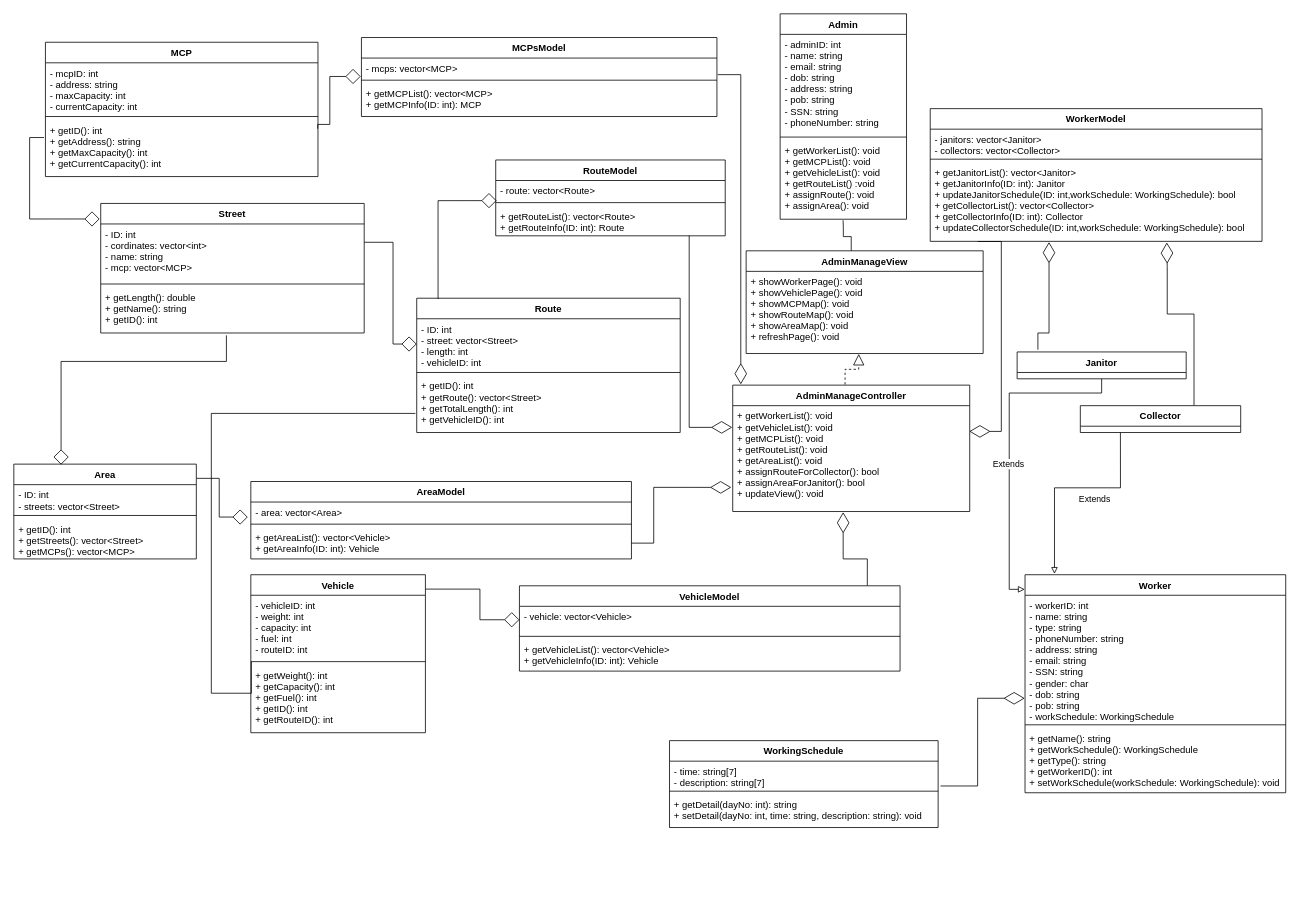
Earlier version of the draw.io diagram Task 2/2.3/Nghia.drawio (astr0tas/SE-with-Da-Bois---UWC-2.0). Source tidied: cells renumbered, new cells numbered last; positions are measured from the earlier drawing's top-left corner, leaving out a move shared by most shapes. Both pictures are drawn from the tidied source at 79%, with x=0, y=0 at pixel (13, 13).
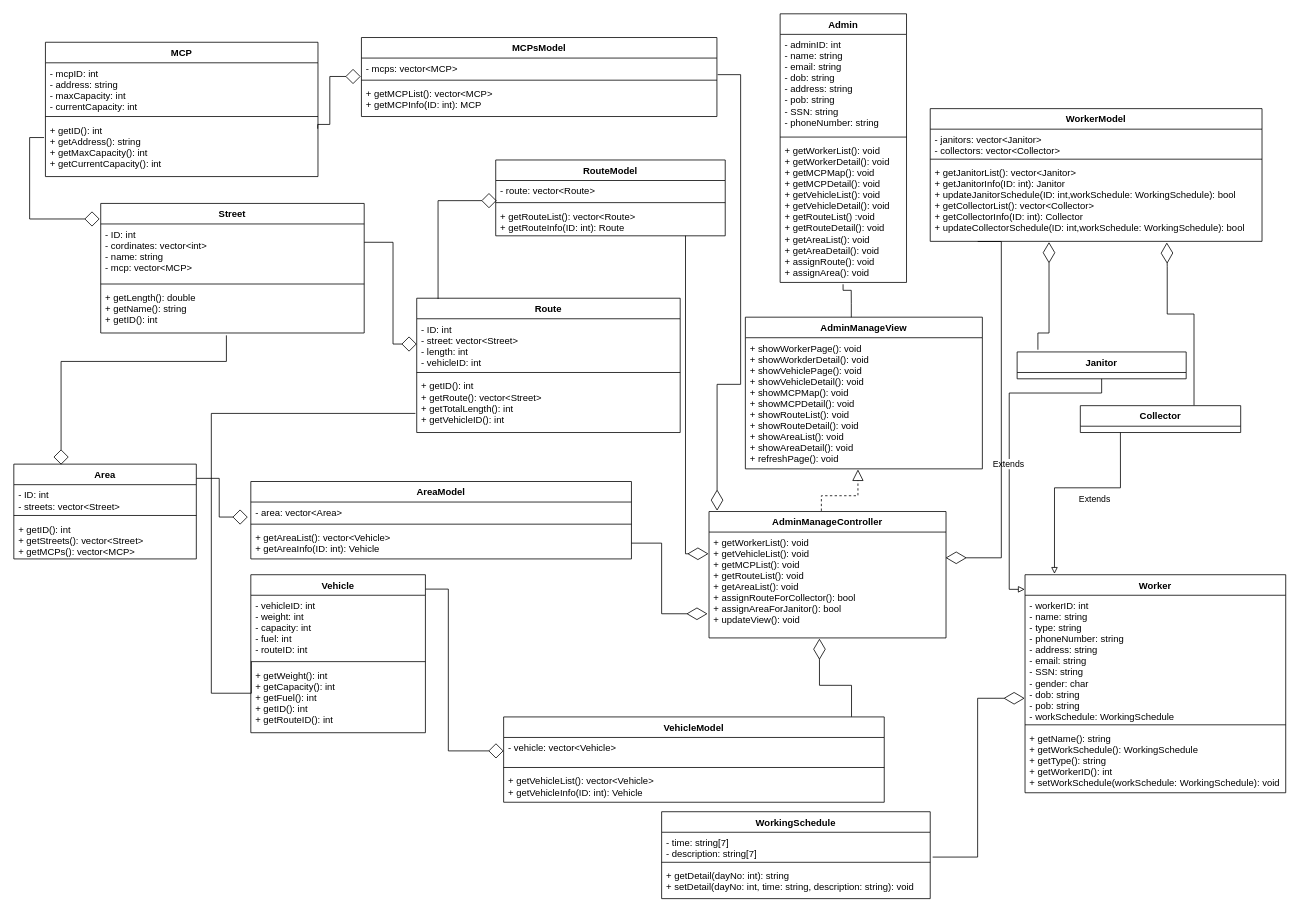
The same diagram, later.

Unchanged cells that the change refers to:
```xml
<mxCell id="13" value="- workerID: int&#10;- name: string&#10;- type: string&#10;- phoneNumber: string&#10;- address: string&#10;- email: string&#10;- SSN: string&#10;- gender: char&#10;- dob: string&#10;- pob: string&#10;- workSchedule: WorkingSchedule" style="text;strokeColor=none;fillColor=none;align=left;verticalAlign=top;spacingLeft=4;spacingRight=4;overflow=hidden;points=[[0,0.5],[1,0.5]];portConstraint=eastwest;fontStyle=0;" parent="12" vertex="1">
  <mxGeometry y="26" width="330" height="160" as="geometry" />
</mxCell>
<mxCell id="20" value="Vehicle" style="swimlane;fontStyle=1;align=center;verticalAlign=top;horizontal=1;startSize=26;" parent="1" vertex="1">
  <mxGeometry x="300" y="710" width="221" height="200" as="geometry" />
</mxCell>
<mxCell id="33" value="- vehicle: vector&lt;Vehicle&gt;" style="text;strokeColor=none;fillColor=none;align=left;verticalAlign=top;spacingLeft=4;spacingRight=4;overflow=hidden;points=[[0,0.5],[1,0.5]];portConstraint=eastwest;fontStyle=0;" parent="32" vertex="1">
  <mxGeometry y="26" width="481.8" height="34" as="geometry" />
</mxCell>
<mxCell id="39" value="+ getJanitorList(): vector&lt;Janitor&gt;&#10;+ getJanitorInfo(ID: int): Janitor&#10;+ updateJanitorSchedule(ID: int,workSchedule: WorkingSchedule): bool&#10;+ getCollectorList(): vector&lt;Collector&gt;&#10;+ getCollectorInfo(ID: int): Collector&#10;+ updateCollectorSchedule(ID: int,workSchedule: WorkingSchedule): bool" style="text;strokeColor=none;fillColor=none;align=left;verticalAlign=top;spacingLeft=4;spacingRight=4;overflow=hidden;points=[[0,0.5],[1,0.5]];portConstraint=eastwest;" parent="36" vertex="1">
  <mxGeometry y="68" width="420" height="100" as="geometry" />
</mxCell>
<mxCell id="43" value="+ getRouteList(): vector&lt;Route&gt;&#10;+ getRouteInfo(ID: int): Route&#10;" style="text;strokeColor=none;fillColor=none;align=left;verticalAlign=top;spacingLeft=4;spacingRight=4;overflow=hidden;points=[[0,0.5],[1,0.5]];portConstraint=eastwest;" parent="40" vertex="1">
  <mxGeometry y="58" width="290.5" height="38" as="geometry" />
</mxCell>
<mxCell id="58" value="- time: string[7]&#10;- description: string[7]" style="text;strokeColor=none;fillColor=none;align=left;verticalAlign=top;spacingLeft=4;spacingRight=4;overflow=hidden;points=[[0,0.5],[1,0.5]];portConstraint=eastwest;" parent="57" vertex="1">
  <mxGeometry y="26" width="340" height="34" as="geometry" />
</mxCell>
<mxCell id="65" value="+ getWorkerList(): void&#10;+ getVehicleList(): void&#10;+ getMCPList(): void&#10;+ getRouteList(): void&#10;+ getAreaList(): void&#10;+ assignRouteForCollector(): bool&#10;+ assignAreaForJanitor(): bool&#10;+ updateView(): void" style="text;strokeColor=none;fillColor=none;align=left;verticalAlign=top;spacingLeft=4;spacingRight=4;overflow=hidden;points=[[0,0.5],[1,0.5]];portConstraint=eastwest;" parent="64" vertex="1">
  <mxGeometry y="26" width="300" height="134" as="geometry" />
</mxCell>
<mxCell id="76" value="+ getAreaList(): vector&lt;Vehicle&gt;&#10;+ getAreaInfo(ID: int): Vehicle&#10;" style="text;strokeColor=none;fillColor=none;align=left;verticalAlign=top;spacingLeft=4;spacingRight=4;overflow=hidden;points=[[0,0.5],[1,0.5]];portConstraint=eastwest;" parent="73" vertex="1">
  <mxGeometry y="58" width="481.8" height="40" as="geometry" />
</mxCell>
```

What changed in the source:
```diff
@@
     <mxCell id="2" value="Admin" style="swimlane;fontStyle=1;align=center;verticalAlign=top;horizontal=1;startSize=26;" parent="1" vertex="1">
-      <mxGeometry x="970" width="160" height="260" as="geometry" />
+      <mxGeometry x="970" width="160" height="340" as="geometry" />
     </mxCell>
@@
-    <mxCell id="5" value="+ getWorkerList(): void&#10;+ getMCPList(): void&#10;+ getVehicleList(): void&#10;+ getRouteList() :void&#10;+ assignRoute(): void&#10;+ assignArea(): void" style="text;strokeColor=none;fillColor=none;align=left;verticalAlign=top;spacingLeft=4;spacingRight=4;overflow=hidden;points=[[0,0.5],[1,0.5]];portConstraint=eastwest;" parent="2" vertex="1">
-      <mxGeometry y="160" width="160" height="100" as="geometry" />
+    <mxCell id="5" value="+ getWorkerList(): void&#10;+ getWorkerDetail(): void&#10;+ getMCPMap(): void&#10;+ getMCPDetail(): void&#10;+ getVehicleList(): void&#10;+ getVehicleDetail(): void&#10;+ getRouteList() :void&#10;+ getRouteDetail(): void&#10;+ getAreaList(): void&#10;+ getAreaDetail(): void&#10;+ assignRoute(): void&#10;+ assignArea(): void" style="text;strokeColor=none;fillColor=none;align=left;verticalAlign=top;spacingLeft=4;spacingRight=4;overflow=hidden;points=[[0,0.5],[1,0.5]];portConstraint=eastwest;" parent="2" vertex="1">
+      <mxGeometry y="160" width="160" height="180" as="geometry" />
     </mxCell>
@@
     <mxCell id="32" value="VehicleModel" style="swimlane;fontStyle=1;align=center;verticalAlign=top;horizontal=1;startSize=26;" parent="1" vertex="1">
-      <mxGeometry x="640" y="724" width="481.8" height="108" as="geometry" />
+      <mxGeometry x="620" y="890" width="481.8" height="108" as="geometry" />
     </mxCell>
@@
     <mxCell id="45" style="edgeStyle=orthogonalEdgeStyle;rounded=0;jettySize=auto;html=1;strokeWidth=1;endArrow=diamond;endFill=0;endSize=17;jumpStyle=arc;exitX=1.001;exitY=0.091;exitDx=0;exitDy=0;exitPerimeter=0;entryX=0;entryY=0.5;entryDx=0;entryDy=0;" parent="1" edge="1" source="20" target="33">
       <mxGeometry relative="1" as="geometry">
         <Array as="points">
-          <mxPoint x="590" y="728" />
-          <mxPoint x="590" y="767" />
+          <mxPoint x="550" y="728" />
+          <mxPoint x="550" y="933" />
         </Array>
       </mxGeometry>
     </mxCell>
@@
     <mxCell id="47" style="endArrow=none;html=1;rounded=0;entryX=0.498;entryY=1.013;entryDx=0;entryDy=0;entryPerimeter=0;exitX=0.447;exitY=0.005;exitDx=0;exitDy=0;exitPerimeter=0;edgeStyle=orthogonalEdgeStyle;" parent="1" edge="1" source="66" target="5">
       <mxGeometry relative="1" as="geometry">
         <Array as="points">
-          <mxPoint x="1060" y="301" />
-          <mxPoint x="1060" y="282" />
-          <mxPoint x="1050" y="282" />
-          <mxPoint x="1050" y="270" />
+          <mxPoint x="1060" y="367" />
+          <mxPoint x="1060" y="350" />
+          <mxPoint x="1050" y="350" />
         </Array>
       </mxGeometry>
     </mxCell>
@@
-    <mxCell id="53" style="endArrow=diamondThin;endFill=0;endSize=24;html=1;rounded=0;edgeStyle=orthogonalEdgeStyle;exitX=0.843;exitY=0.991;exitDx=0;exitDy=0;exitPerimeter=0;entryX=-0.002;entryY=0.205;entryDx=0;entryDy=0;entryPerimeter=0;" parent="1" edge="1" source="43" target="65">
+    <mxCell id="53" style="endArrow=diamondThin;endFill=0;endSize=24;html=1;rounded=0;edgeStyle=orthogonalEdgeStyle;exitX=0.827;exitY=0.997;exitDx=0;exitDy=0;exitPerimeter=0;entryX=-0.002;entryY=0.205;entryDx=0;entryDy=0;entryPerimeter=0;" parent="1" edge="1" source="43" target="65">
       <mxGeometry relative="1" as="geometry">
         <Array as="points">
-          <mxPoint x="855" y="524" />
+          <mxPoint x="850" y="684" />
         </Array>
       </mxGeometry>
     </mxCell>
     <mxCell id="54" style="endArrow=diamondThin;endFill=0;endSize=24;html=1;rounded=0;edgeStyle=orthogonalEdgeStyle;entryX=0.466;entryY=1.006;entryDx=0;entryDy=0;entryPerimeter=0;exitX=0.914;exitY=-0.002;exitDx=0;exitDy=0;exitPerimeter=0;" parent="1" edge="1" source="32" target="65">
       <mxGeometry relative="1" as="geometry">
         <Array as="points">
-          <mxPoint x="1080" y="690" />
-          <mxPoint x="1050" y="690" />
+          <mxPoint x="1060" y="850" />
+          <mxPoint x="1020" y="850" />
         </Array>
       </mxGeometry>
     </mxCell>
@@
     <mxCell id="57" value="WorkingSchedule" style="swimlane;fontStyle=1;align=center;verticalAlign=top;horizontal=1;startSize=26;" parent="1" vertex="1">
-      <mxGeometry x="830" y="920" width="340" height="110" as="geometry" />
+      <mxGeometry x="820" y="1010" width="340" height="110" as="geometry" />
     </mxCell>
@@
     <mxCell id="62" style="endArrow=diamondThin;endFill=0;endSize=24;html=1;rounded=0;edgeStyle=orthogonalEdgeStyle;entryX=0.998;entryY=0.243;entryDx=0;entryDy=0;entryPerimeter=0;exitX=0.143;exitY=1.002;exitDx=0;exitDy=0;exitPerimeter=0;" parent="1" edge="1" source="39" target="65">
       <mxGeometry relative="1" as="geometry">
         <Array as="points">
-          <mxPoint x="1250" y="529" />
+          <mxPoint x="1250" y="288" />
+          <mxPoint x="1250" y="689" />
         </Array>
       </mxGeometry>
     </mxCell>
     <mxCell id="63" style="endArrow=diamondThin;endFill=0;endSize=24;html=1;rounded=0;exitX=1.009;exitY=0.924;exitDx=0;exitDy=0;exitPerimeter=0;edgeStyle=orthogonalEdgeStyle;entryX=-0.001;entryY=0.815;entryDx=0;entryDy=0;entryPerimeter=0;" parent="1" edge="1" source="58" target="13">
       <mxGeometry relative="1" as="geometry">
         <Array as="points">
-          <mxPoint x="1220" y="977" />
+          <mxPoint x="1220" y="1067" />
           <mxPoint x="1220" y="866" />
         </Array>
       </mxGeometry>
     </mxCell>
     <mxCell id="64" value="AdminManageController" style="swimlane;fontStyle=1;align=center;verticalAlign=top;horizontal=1;startSize=26;" parent="1" vertex="1">
-      <mxGeometry x="910" y="470" width="300" height="160" as="geometry" />
+      <mxGeometry x="880" y="630" width="300" height="160" as="geometry" />
     </mxCell>
@@
     <mxCell id="66" value="AdminManageView" style="swimlane;fontStyle=1;align=center;verticalAlign=top;horizontal=1;startSize=26;" parent="1" vertex="1">
-      <mxGeometry x="927" y="300" width="300" height="130" as="geometry" />
+      <mxGeometry x="926" y="384" width="300" height="192" as="geometry" />
     </mxCell>
-    <mxCell id="67" value="+ showWorkerPage(): void&#10;+ showVehiclePage(): void&#10;+ showMCPMap(): void&#10;+ showRouteMap(): void&#10;+ showAreaMap(): void&#10;+ refreshPage(): void" style="text;strokeColor=none;fillColor=none;align=left;verticalAlign=top;spacingLeft=4;spacingRight=4;overflow=hidden;points=[[0,0.5],[1,0.5]];portConstraint=eastwest;" parent="66" vertex="1">
-      <mxGeometry y="26" width="300" height="104" as="geometry" />
+    <mxCell id="67" value="+ showWorkerPage(): void&#10;+ showWorkderDetail(): void&#10;+ showVehiclePage(): void&#10;+ showVehicleDetail(): void&#10;+ showMCPMap(): void&#10;+ showMCPDetail(): void&#10;+ showRouteList(): void&#10;+ showRouteDetail(): void&#10;+ showAreaList(): void&#10;+ showAreaDetail(): void&#10;+ refreshPage(): void" style="text;strokeColor=none;fillColor=none;align=left;verticalAlign=top;spacingLeft=4;spacingRight=4;overflow=hidden;points=[[0,0.5],[1,0.5]];portConstraint=eastwest;" parent="66" vertex="1">
+      <mxGeometry y="26" width="300" height="166" as="geometry" />
     </mxCell>
     <mxCell id="68" style="endArrow=block;dashed=1;endFill=0;endSize=12;html=1;rounded=0;entryX=0.475;entryY=1.004;entryDx=0;entryDy=0;entryPerimeter=0;exitX=0.474;exitY=-0.005;exitDx=0;exitDy=0;exitPerimeter=0;edgeStyle=orthogonalEdgeStyle;" parent="1" edge="1" source="64" target="67">
-      <mxGeometry relative="1" as="geometry" />
+      <mxGeometry relative="1" as="geometry">
+        <Array as="points">
+          <mxPoint x="1022" y="610" />
+          <mxPoint x="1069" y="610" />
+        </Array>
+      </mxGeometry>
     </mxCell>
@@
     <mxCell id="78" style="endArrow=diamondThin;endFill=0;endSize=24;html=1;rounded=0;edgeStyle=orthogonalEdgeStyle;entryX=-0.006;entryY=0.772;entryDx=0;entryDy=0;entryPerimeter=0;exitX=1;exitY=0.5;exitDx=0;exitDy=0;" parent="1" edge="1" source="76" target="65">
       <mxGeometry relative="1" as="geometry">
         <Array as="points">
-          <mxPoint x="810" y="670" />
-          <mxPoint x="810" y="600" />
-          <mxPoint x="908" y="600" />
+          <mxPoint x="820" y="670" />
+          <mxPoint x="820" y="759" />
         </Array>
       </mxGeometry>
     </mxCell>
```
